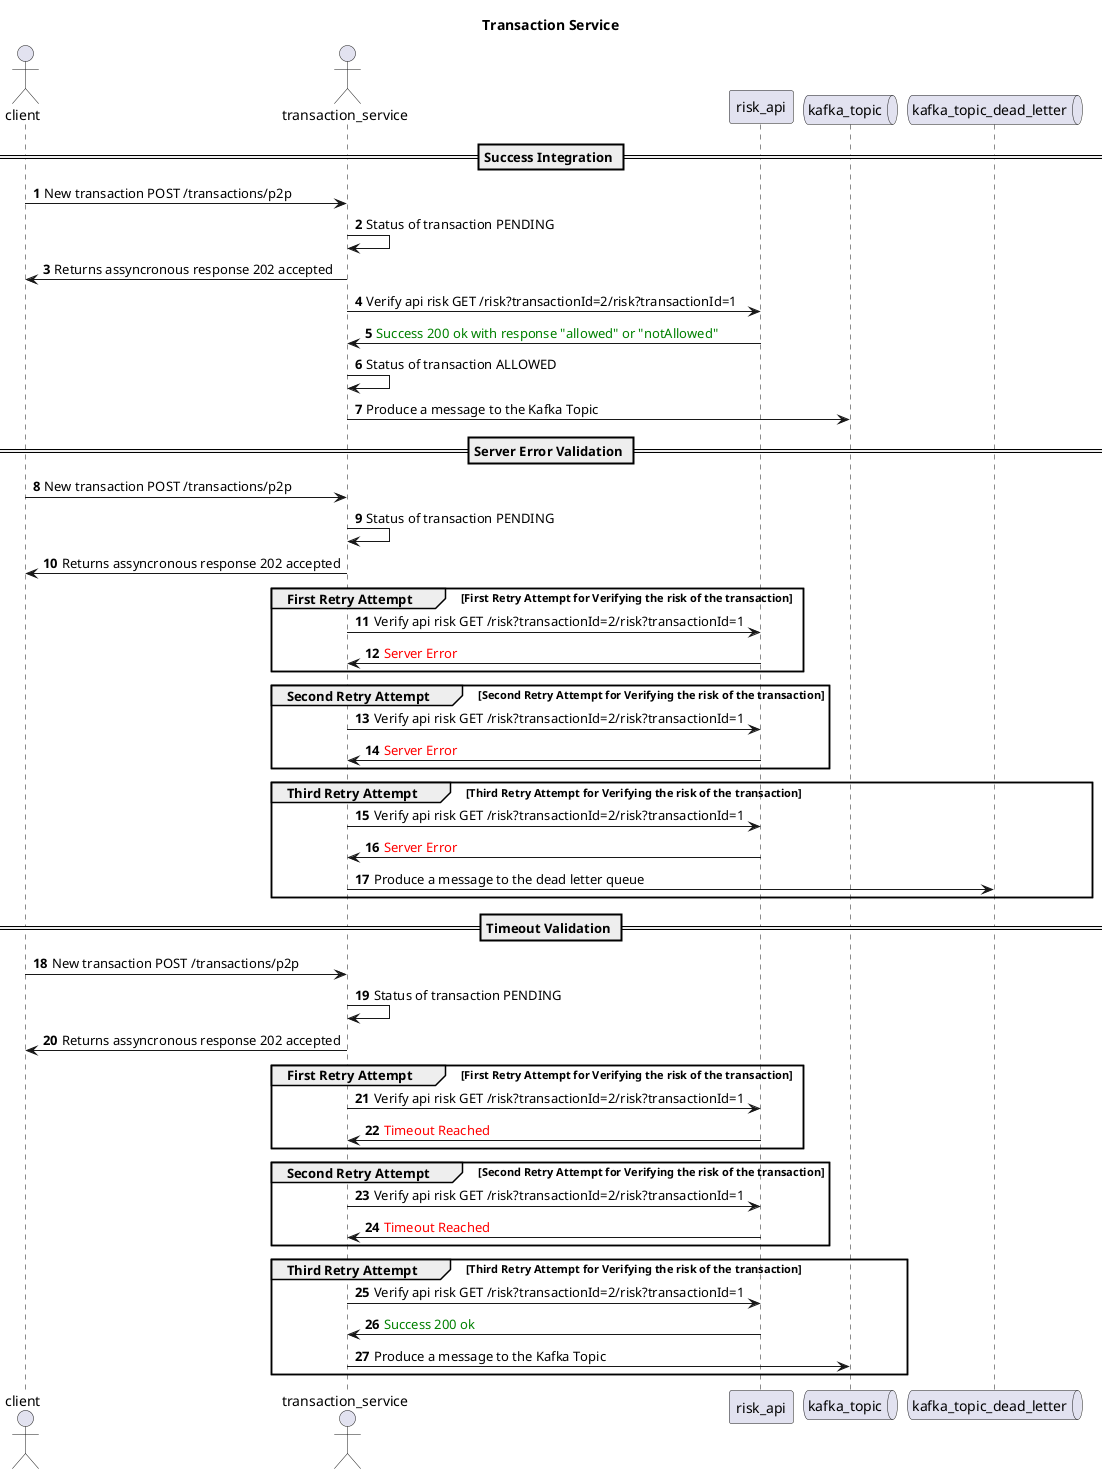
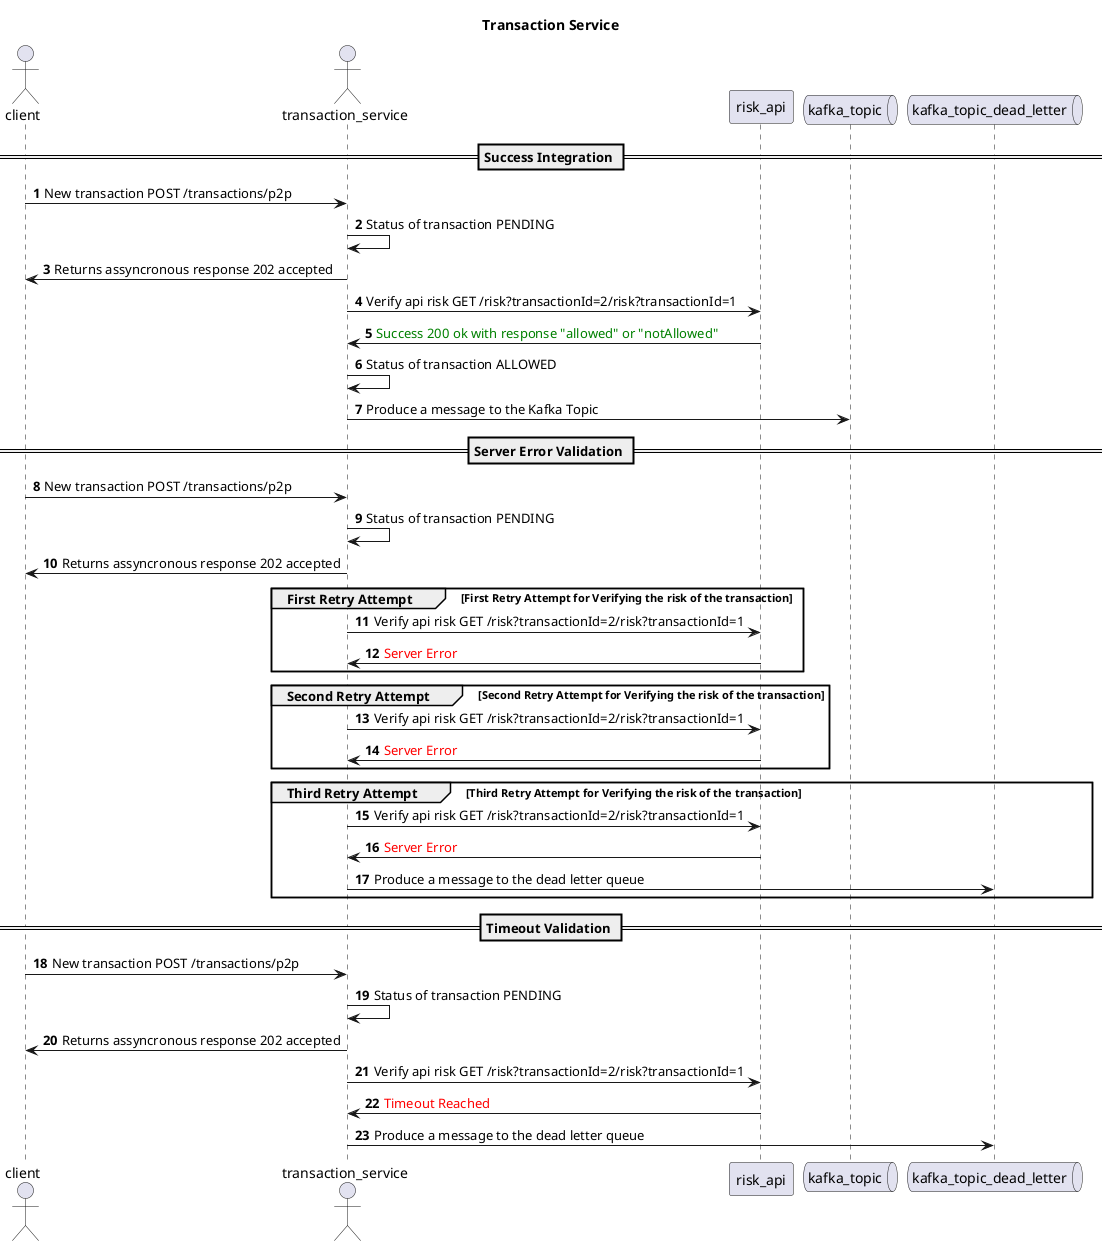
@startuml

title Transaction Service

actor       client
actor       transaction_service as transactionservice
participant risk_api as riskapi
queue       kafka_topic  as kafka_transaction
queue       kafka_topic_dead_letter  as kafka_transaction_dead_letter

== Success Integration ==

autonumber
client -> transactionservice: New transaction POST /transactions/p2p
transactionservice -> transactionservice: Status of transaction PENDING
transactionservice -> client: Returns assyncronous response 202 accepted
transactionservice -> riskapi: Verify api risk GET /risk?transactionId=2/risk?transactionId=1
riskapi -> transactionservice: <color:green>Success 200 ok with response "allowed" or "notAllowed"
transactionservice -> transactionservice: Status of transaction ALLOWED
transactionservice -> kafka_transaction: Produce a message to the Kafka Topic


== Server Error Validation ==
client -> transactionservice: New transaction POST /transactions/p2p
transactionservice -> transactionservice: Status of transaction PENDING
transactionservice -> client: Returns assyncronous response 202 accepted

group First Retry Attempt [First Retry Attempt for Verifying the risk of the transaction]
transactionservice -> riskapi: Verify api risk GET /risk?transactionId=2/risk?transactionId=1
riskapi -> transactionservice: <color:red>Server Error
end

group Second Retry Attempt [Second Retry Attempt for Verifying the risk of the transaction]
transactionservice -> riskapi: Verify api risk GET /risk?transactionId=2/risk?transactionId=1
riskapi -> transactionservice: <color:red>Server Error
end

group Third Retry Attempt [Third Retry Attempt for Verifying the risk of the transaction]
transactionservice -> riskapi: Verify api risk GET /risk?transactionId=2/risk?transactionId=1
riskapi -> transactionservice: <color:red>Server Error
transactionservice -> kafka_transaction_dead_letter: Produce a message to the dead letter queue
end


== Timeout Validation ==

client -> transactionservice: New transaction POST /transactions/p2p
transactionservice -> transactionservice: Status of transaction PENDING
transactionservice -> client: Returns assyncronous response 202 accepted
- 
- group First Retry Attempt [First Retry Attempt for Verifying the risk of the transaction]
transactionservice -> riskapi: Verify api risk GET /risk?transactionId=2/risk?transactionId=1
riskapi -> transactionservice: <color:red>Timeout Reached
- end
+ transactionservice -> kafka_transaction_dead_letter: Produce a message to the dead letter queue

- group Second Retry Attempt [Second Retry Attempt for Verifying the risk of the transaction]
- transactionservice -> riskapi: Verify api risk GET /risk?transactionId=2/risk?transactionId=1
- riskapi -> transactionservice: <color:red>Timeout Reached
- end
- 
- group Third Retry Attempt [Third Retry Attempt for Verifying the risk of the transaction]
- transactionservice -> riskapi: Verify api risk GET /risk?transactionId=2/risk?transactionId=1
- riskapi -> transactionservice: <color:green>Success 200 ok
- transactionservice -> kafka_transaction: Produce a message to the Kafka Topic
- end

@enduml